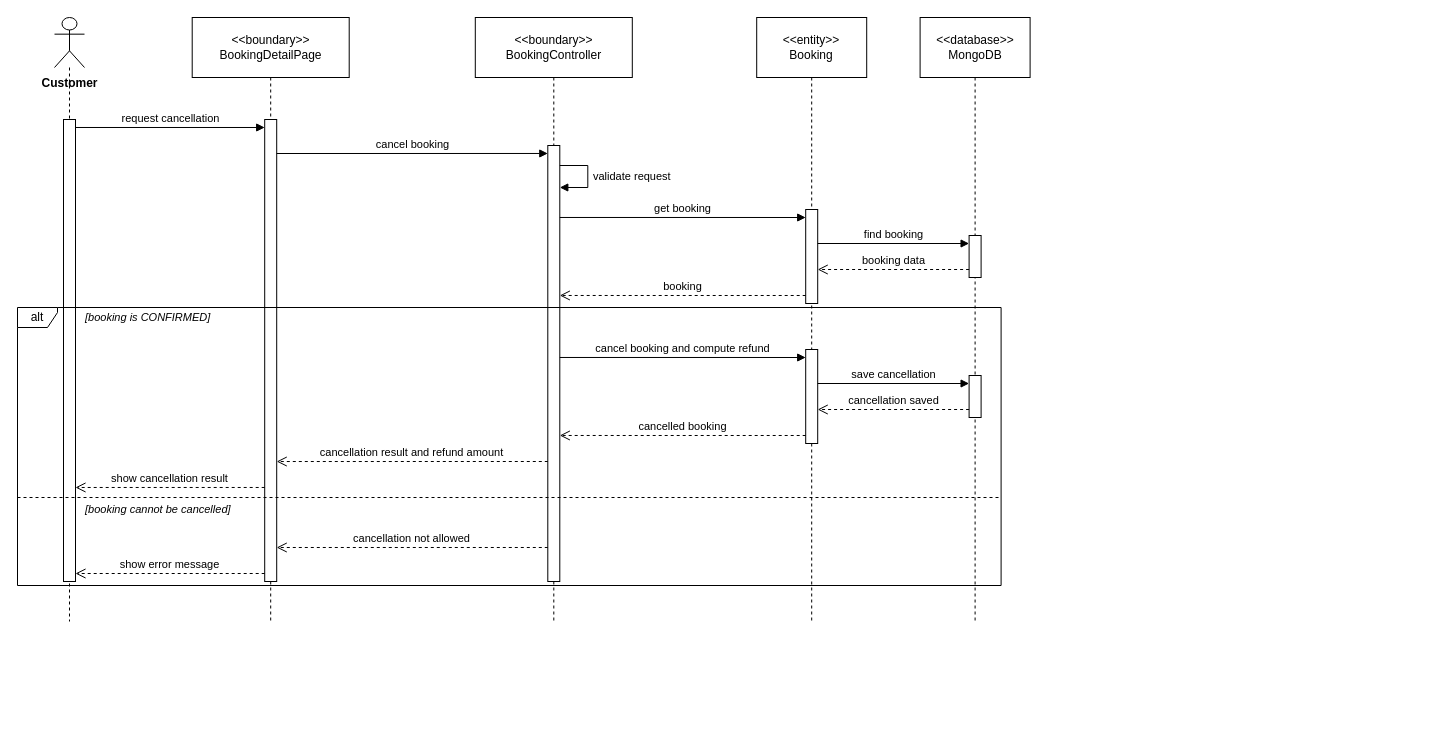
Above: final/diagrams/M3_Booking-And-Customer_Diagrams/sequence_diagrams/SD-11_UC-G14_CancelBooking.drawio in toikobi401/SWD392 (draw.io), before the change. Source tidied: cells renumbered, new cells numbered last; positions are measured from the earlier drawing's top-left corner, leaving out a move shared by most shapes. Both pictures are drawn from the tidied source at 100%, with x=0, y=0 at pixel (17, 17).
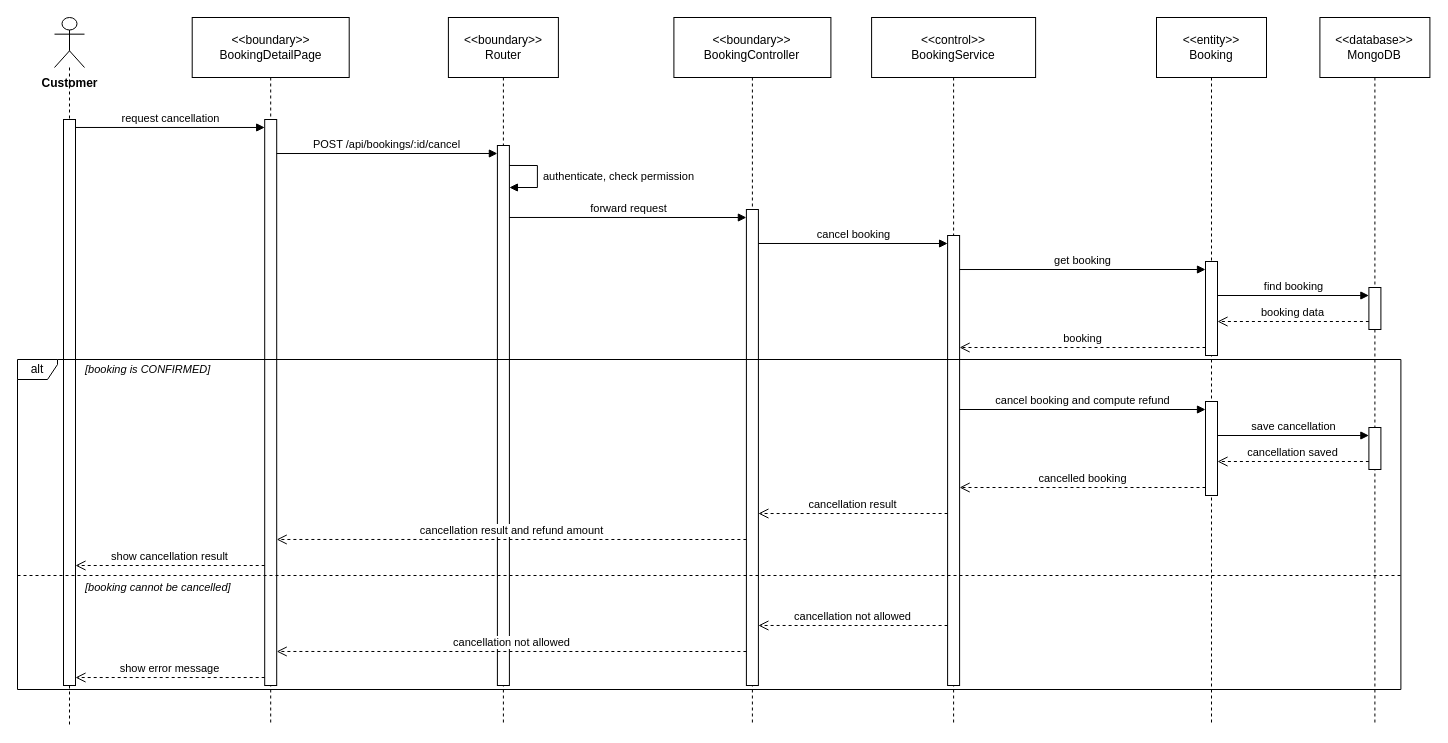
Above is the later version.

Diff of the diagram source:
```diff
@@
     <mxCell id="2" value="Customer" style="shape=umlLifeline;participant=umlActor;perimeter=lifelinePerimeter;whiteSpace=nowrap;html=1;verticalAlign=top;spacingTop=52;size=50;fontStyle=1;" parent="1" vertex="1">
-      <mxGeometry x="37" width="30" height="604" as="geometry" />
+      <mxGeometry x="37" width="30" height="708" as="geometry" />
     </mxCell>
     <mxCell id="3" value="&amp;lt;&amp;lt;boundary&amp;gt;&amp;gt;&lt;br&gt;BookingDetailPage" style="shape=umlLifeline;perimeter=lifelinePerimeter;whiteSpace=wrap;html=1;size=60;" parent="1" vertex="1">
-      <mxGeometry x="174.7" width="157" height="604" as="geometry" />
+      <mxGeometry x="174.7" width="157" height="708" as="geometry" />
     </mxCell>
+    <mxCell id="33" value="&amp;lt;&amp;lt;boundary&amp;gt;&amp;gt;&lt;br&gt;Router" style="shape=umlLifeline;perimeter=lifelinePerimeter;whiteSpace=wrap;html=1;size=60;" parent="1" vertex="1">
+      <mxGeometry x="430.9" width="110" height="708" as="geometry" />
+    </mxCell>
     <mxCell id="4" value="&amp;lt;&amp;lt;boundary&amp;gt;&amp;gt;&lt;br&gt;BookingController" style="shape=umlLifeline;perimeter=lifelinePerimeter;whiteSpace=wrap;html=1;size=60;" parent="1" vertex="1">
-      <mxGeometry x="457.8" width="157" height="604" as="geometry" />
+      <mxGeometry x="656.4" width="157" height="708" as="geometry" />
     </mxCell>
+    <mxCell id="34" value="&amp;lt;&amp;lt;control&amp;gt;&amp;gt;&lt;br&gt;BookingService" style="shape=umlLifeline;perimeter=lifelinePerimeter;whiteSpace=wrap;html=1;size=60;" parent="1" vertex="1">
+      <mxGeometry x="854.1" width="164" height="708" as="geometry" />
+    </mxCell>
     <mxCell id="5" value="&amp;lt;&amp;lt;entity&amp;gt;&amp;gt;&lt;br&gt;Booking" style="shape=umlLifeline;perimeter=lifelinePerimeter;whiteSpace=wrap;html=1;size=60;" parent="1" vertex="1">
-      <mxGeometry x="739.2" width="110" height="604" as="geometry" />
+      <mxGeometry x="1139" width="110" height="708" as="geometry" />
     </mxCell>
     <mxCell id="6" value="&amp;lt;&amp;lt;database&amp;gt;&amp;gt;&lt;br&gt;MongoDB" style="shape=umlLifeline;perimeter=lifelinePerimeter;whiteSpace=wrap;html=1;size=60;" parent="1" vertex="1">
-      <mxGeometry x="902.6" width="110" height="604" as="geometry" />
+      <mxGeometry x="1302.4" width="110" height="708" as="geometry" />
     </mxCell>
     <mxCell id="7" style="html=1;points=[];perimeter=orthogonalPerimeter;outlineConnect=0;targetShapes=umlLifeline;portConstraint=eastwest;" parent="6" vertex="1">
-      <mxGeometry x="49" y="218" width="12" height="42" as="geometry" />
+      <mxGeometry x="49" y="270" width="12" height="42" as="geometry" />
     </mxCell>
     <mxCell id="8" style="html=1;points=[];perimeter=orthogonalPerimeter;outlineConnect=0;targetShapes=umlLifeline;portConstraint=eastwest;" parent="5" vertex="1">
-      <mxGeometry x="49" y="192" width="12" height="94" as="geometry" />
+      <mxGeometry x="49" y="244" width="12" height="94" as="geometry" />
     </mxCell>
     <mxCell id="9" style="html=1;points=[];perimeter=orthogonalPerimeter;outlineConnect=0;targetShapes=umlLifeline;portConstraint=eastwest;" parent="6" vertex="1">
-      <mxGeometry x="49" y="358" width="12" height="42" as="geometry" />
+      <mxGeometry x="49" y="410" width="12" height="42" as="geometry" />
     </mxCell>
     <mxCell id="10" style="html=1;points=[];perimeter=orthogonalPerimeter;outlineConnect=0;targetShapes=umlLifeline;portConstraint=eastwest;" parent="5" vertex="1">
-      <mxGeometry x="49" y="332" width="12" height="94" as="geometry" />
+      <mxGeometry x="49" y="384" width="12" height="94" as="geometry" />
     </mxCell>
-    <mxCell id="11" style="html=1;points=[];perimeter=orthogonalPerimeter;outlineConnect=0;targetShapes=umlLifeline;portConstraint=eastwest;" parent="4" vertex="1">
-      <mxGeometry x="72.5" y="128" width="12" height="436" as="geometry" />
-    </mxCell>
-    <mxCell id="12" style="html=1;points=[];perimeter=orthogonalPerimeter;outlineConnect=0;targetShapes=umlLifeline;portConstraint=eastwest;" parent="3" vertex="1">
-      <mxGeometry x="72.5" y="102" width="12" height="462" as="geometry" />
-    </mxCell>
-    <mxCell id="13" style="html=1;points=[];perimeter=orthogonalPerimeter;outlineConnect=0;targetShapes=umlLifeline;portConstraint=eastwest;" parent="2" vertex="1">
-      <mxGeometry x="9" y="102" width="12" height="462" as="geometry" />
-    </mxCell>
+    <mxCell id="35" style="html=1;points=[];perimeter=orthogonalPerimeter;outlineConnect=0;targetShapes=umlLifeline;portConstraint=eastwest;" parent="34" vertex="1">
+      <mxGeometry x="76" y="218" width="12" height="450" as="geometry" />
+    </mxCell>
+    <mxCell id="36" style="html=1;points=[];perimeter=orthogonalPerimeter;outlineConnect=0;targetShapes=umlLifeline;portConstraint=eastwest;" parent="4" vertex="1">
+      <mxGeometry x="72.5" y="192" width="12" height="476" as="geometry" />
+    </mxCell>
+    <mxCell id="37" style="html=1;points=[];perimeter=orthogonalPerimeter;outlineConnect=0;targetShapes=umlLifeline;portConstraint=eastwest;" parent="33" vertex="1">
+      <mxGeometry x="49" y="128" width="12" height="540" as="geometry" />
+    </mxCell>
+    <mxCell id="38" style="html=1;points=[];perimeter=orthogonalPerimeter;outlineConnect=0;targetShapes=umlLifeline;portConstraint=eastwest;" parent="3" vertex="1">
+      <mxGeometry x="72.5" y="102" width="12" height="566" as="geometry" />
+    </mxCell>
+    <mxCell id="39" style="html=1;points=[];perimeter=orthogonalPerimeter;outlineConnect=0;targetShapes=umlLifeline;portConstraint=eastwest;" parent="2" vertex="1">
+      <mxGeometry x="9" y="102" width="12" height="566" as="geometry" />
+    </mxCell>
     <mxCell id="14" value="alt" style="shape=umlFrame;whiteSpace=wrap;html=1;width=40;height=20;" parent="1" vertex="1">
-      <mxGeometry y="290" width="983.6" height="278" as="geometry" />
+      <mxGeometry y="342" width="1383.4" height="330" as="geometry" />
     </mxCell>
     <mxCell id="15" style="endArrow=none;dashed=1;html=1;rounded=0;" parent="1" edge="1">
       <mxGeometry relative="1" as="geometry">
-        <mxPoint y="480" as="sourcePoint" />
-        <mxPoint x="983.6" y="480" as="targetPoint" />
+        <mxPoint y="558" as="sourcePoint" />
+        <mxPoint x="1383.4" y="558" as="targetPoint" />
       </mxGeometry>
     </mxCell>
     <mxCell id="16" value="[booking is CONFIRMED]" style="text;html=1;align=left;verticalAlign=middle;whiteSpace=nowrap;fontSize=11;fontStyle=2;labelBackgroundColor=#ffffff;" parent="1" vertex="1">
-      <mxGeometry x="66" y="290" width="138" height="20" as="geometry" />
+      <mxGeometry x="66" y="342" width="138" height="20" as="geometry" />
     </mxCell>
     <mxCell id="17" value="[booking cannot be cancelled]" style="text;html=1;align=left;verticalAlign=middle;whiteSpace=nowrap;fontSize=11;fontStyle=2;labelBackgroundColor=#ffffff;" parent="1" vertex="1">
-      <mxGeometry x="66" y="482" width="182.1" height="20" as="geometry" />
+      <mxGeometry x="66" y="560" width="182.1" height="20" as="geometry" />
     </mxCell>
-    <mxCell id="18" value="request cancellation" style="html=1;verticalAlign=bottom;rounded=0;fontSize=11;endArrow=block;endFill=1;exitX=1;exitY=0.0173;exitDx=0;exitDy=0;exitPerimeter=0;entryX=0;entryY=0.0173;entryDx=0;entryDy=0;entryPerimeter=0;" parent="1" edge="1" source="13" target="12">
+    <mxCell id="18" value="request cancellation" style="html=1;verticalAlign=bottom;rounded=0;fontSize=11;endArrow=block;endFill=1;exitX=1;exitY=0.0141;exitDx=0;exitDy=0;exitPerimeter=0;entryX=0;entryY=0.0141;entryDx=0;entryDy=0;entryPerimeter=0;" parent="1" edge="1" source="39" target="38">
       <mxGeometry relative="1" as="geometry" />
     </mxCell>
-    <mxCell id="19" value="cancel booking" style="html=1;verticalAlign=bottom;rounded=0;fontSize=11;endArrow=block;endFill=1;exitX=1;exitY=0.0736;exitDx=0;exitDy=0;exitPerimeter=0;entryX=0;entryY=0.0183;entryDx=0;entryDy=0;entryPerimeter=0;" parent="1" edge="1" source="12" target="11">
+    <mxCell id="19" value="POST /api/bookings/:id/cancel" style="html=1;verticalAlign=bottom;rounded=0;fontSize=11;endArrow=block;endFill=1;exitX=1;exitY=0.0601;exitDx=0;exitDy=0;exitPerimeter=0;entryX=0;entryY=0.0148;entryDx=0;entryDy=0;entryPerimeter=0;" parent="1" edge="1" source="38" target="37">
       <mxGeometry relative="1" as="geometry" />
     </mxCell>
-    <mxCell id="20" value="validate request" style="html=1;align=left;spacingLeft=4;verticalAlign=middle;endArrow=block;endFill=1;rounded=0;fontSize=11;exitX=1;exitY=0.0459;exitDx=0;exitDy=0;exitPerimeter=0;entryX=1;entryY=0.0963;entryDx=0;entryDy=0;entryPerimeter=0;" parent="1" edge="1" source="11" target="11">
+    <mxCell id="20" value="authenticate, check permission" style="html=1;align=left;spacingLeft=4;verticalAlign=middle;endArrow=block;endFill=1;rounded=0;fontSize=11;exitX=1;exitY=0.037;exitDx=0;exitDy=0;exitPerimeter=0;entryX=1;entryY=0.0778;entryDx=0;entryDy=0;entryPerimeter=0;" parent="1" edge="1" source="37" target="37">
       <mxGeometry relative="1" as="geometry">
         <Array as="points">
-          <mxPoint x="570.3" y="148" />
-          <mxPoint x="570.3" y="170" />
+          <mxPoint x="519.9" y="148" />
+          <mxPoint x="519.9" y="170" />
         </Array>
       </mxGeometry>
     </mxCell>
-    <mxCell id="21" value="get booking" style="html=1;verticalAlign=bottom;rounded=0;fontSize=11;endArrow=block;endFill=1;exitX=1;exitY=0.1651;exitDx=0;exitDy=0;exitPerimeter=0;entryX=0;entryY=0.0851;entryDx=0;entryDy=0;entryPerimeter=0;" parent="1" edge="1" source="11" target="8">
+    <mxCell id="21" value="forward request" style="html=1;verticalAlign=bottom;rounded=0;fontSize=11;endArrow=block;endFill=1;exitX=1;exitY=0.1333;exitDx=0;exitDy=0;exitPerimeter=0;entryX=0;entryY=0.0168;entryDx=0;entryDy=0;entryPerimeter=0;" parent="1" edge="1" source="37" target="36">
       <mxGeometry relative="1" as="geometry" />
     </mxCell>
-    <mxCell id="22" value="find booking" style="html=1;verticalAlign=bottom;rounded=0;fontSize=11;endArrow=block;endFill=1;exitX=1;exitY=0.3617;exitDx=0;exitDy=0;exitPerimeter=0;entryX=0;entryY=0.1905;entryDx=0;entryDy=0;entryPerimeter=0;" parent="1" edge="1" source="8" target="7">
+    <mxCell id="22" value="cancel booking" style="html=1;verticalAlign=bottom;rounded=0;fontSize=11;endArrow=block;endFill=1;exitX=1;exitY=0.0714;exitDx=0;exitDy=0;exitPerimeter=0;entryX=0;entryY=0.0178;entryDx=0;entryDy=0;entryPerimeter=0;" parent="1" edge="1" source="36" target="35">
       <mxGeometry relative="1" as="geometry" />
     </mxCell>
-    <mxCell id="23" value="booking data" style="html=1;verticalAlign=bottom;rounded=0;fontSize=11;dashed=1;endArrow=open;endSize=8;exitX=0;exitY=0.8095;exitDx=0;exitDy=0;exitPerimeter=0;entryX=1;entryY=0.6383;entryDx=0;entryDy=0;entryPerimeter=0;" parent="1" edge="1" source="7" target="8">
+    <mxCell id="23" value="get booking" style="html=1;verticalAlign=bottom;rounded=0;fontSize=11;endArrow=block;endFill=1;exitX=1;exitY=0.0756;exitDx=0;exitDy=0;exitPerimeter=0;entryX=0;entryY=0.0851;entryDx=0;entryDy=0;entryPerimeter=0;" parent="1" edge="1" source="35" target="8">
       <mxGeometry relative="1" as="geometry" />
     </mxCell>
-    <mxCell id="24" value="booking" style="html=1;verticalAlign=bottom;rounded=0;fontSize=11;dashed=1;endArrow=open;endSize=8;exitX=0;exitY=0.9149;exitDx=0;exitDy=0;exitPerimeter=0;entryX=1;entryY=0.344;entryDx=0;entryDy=0;entryPerimeter=0;" parent="1" edge="1" source="8" target="11">
+    <mxCell id="24" value="find booking" style="html=1;verticalAlign=bottom;rounded=0;fontSize=11;endArrow=block;endFill=1;exitX=1;exitY=0.3617;exitDx=0;exitDy=0;exitPerimeter=0;entryX=0;entryY=0.1905;entryDx=0;entryDy=0;entryPerimeter=0;" parent="1" edge="1" source="8" target="7">
       <mxGeometry relative="1" as="geometry" />
     </mxCell>
-    <mxCell id="25" value="cancel booking and compute refund" style="html=1;verticalAlign=bottom;rounded=0;fontSize=11;endArrow=block;endFill=1;exitX=1;exitY=0.4862;exitDx=0;exitDy=0;exitPerimeter=0;entryX=0;entryY=0.0851;entryDx=0;entryDy=0;entryPerimeter=0;" parent="1" edge="1" source="11" target="10">
+    <mxCell id="25" value="booking data" style="html=1;verticalAlign=bottom;rounded=0;fontSize=11;dashed=1;endArrow=open;endSize=8;exitX=0;exitY=0.8095;exitDx=0;exitDy=0;exitPerimeter=0;entryX=1;entryY=0.6383;entryDx=0;entryDy=0;entryPerimeter=0;" parent="1" edge="1" source="7" target="8">
       <mxGeometry relative="1" as="geometry" />
     </mxCell>
-    <mxCell id="26" value="save cancellation" style="html=1;verticalAlign=bottom;rounded=0;fontSize=11;endArrow=block;endFill=1;exitX=1;exitY=0.3617;exitDx=0;exitDy=0;exitPerimeter=0;entryX=0;entryY=0.1905;entryDx=0;entryDy=0;entryPerimeter=0;" parent="1" edge="1" source="10" target="9">
+    <mxCell id="26" value="booking" style="html=1;verticalAlign=bottom;rounded=0;fontSize=11;dashed=1;endArrow=open;endSize=8;exitX=0;exitY=0.9149;exitDx=0;exitDy=0;exitPerimeter=0;entryX=1;entryY=0.2489;entryDx=0;entryDy=0;entryPerimeter=0;" parent="1" edge="1" source="8" target="35">
       <mxGeometry relative="1" as="geometry" />
     </mxCell>
-    <mxCell id="27" value="cancellation saved" style="html=1;verticalAlign=bottom;rounded=0;fontSize=11;dashed=1;endArrow=open;endSize=8;exitX=0;exitY=0.8095;exitDx=0;exitDy=0;exitPerimeter=0;entryX=1;entryY=0.6383;entryDx=0;entryDy=0;entryPerimeter=0;" parent="1" edge="1" source="9" target="10">
+    <mxCell id="27" value="cancel booking and compute refund" style="html=1;verticalAlign=bottom;rounded=0;fontSize=11;endArrow=block;endFill=1;exitX=1;exitY=0.3867;exitDx=0;exitDy=0;exitPerimeter=0;entryX=0;entryY=0.0851;entryDx=0;entryDy=0;entryPerimeter=0;" parent="1" edge="1" source="35" target="10">
       <mxGeometry relative="1" as="geometry" />
     </mxCell>
-    <mxCell id="28" value="cancelled booking" style="html=1;verticalAlign=bottom;rounded=0;fontSize=11;dashed=1;endArrow=open;endSize=8;exitX=0;exitY=0.9149;exitDx=0;exitDy=0;exitPerimeter=0;entryX=1;entryY=0.6651;entryDx=0;entryDy=0;entryPerimeter=0;" parent="1" edge="1" source="10" target="11">
+    <mxCell id="28" value="save cancellation" style="html=1;verticalAlign=bottom;rounded=0;fontSize=11;endArrow=block;endFill=1;exitX=1;exitY=0.3617;exitDx=0;exitDy=0;exitPerimeter=0;entryX=0;entryY=0.1905;entryDx=0;entryDy=0;entryPerimeter=0;" parent="1" edge="1" source="10" target="9">
       <mxGeometry relative="1" as="geometry" />
     </mxCell>
-    <mxCell id="29" value="cancellation result and refund amount" style="html=1;verticalAlign=bottom;rounded=0;fontSize=11;dashed=1;endArrow=open;endSize=8;exitX=0;exitY=0.7248;exitDx=0;exitDy=0;exitPerimeter=0;entryX=1;entryY=0.7403;entryDx=0;entryDy=0;entryPerimeter=0;" parent="1" edge="1" source="11" target="12">
+    <mxCell id="29" value="cancellation saved" style="html=1;verticalAlign=bottom;rounded=0;fontSize=11;dashed=1;endArrow=open;endSize=8;exitX=0;exitY=0.8095;exitDx=0;exitDy=0;exitPerimeter=0;entryX=1;entryY=0.6383;entryDx=0;entryDy=0;entryPerimeter=0;" parent="1" edge="1" source="9" target="10">
       <mxGeometry relative="1" as="geometry" />
     </mxCell>
-    <mxCell id="30" value="show cancellation result" style="html=1;verticalAlign=bottom;rounded=0;fontSize=11;dashed=1;endArrow=open;endSize=8;exitX=0;exitY=0.7965;exitDx=0;exitDy=0;exitPerimeter=0;entryX=1;entryY=0.7965;entryDx=0;entryDy=0;entryPerimeter=0;" parent="1" edge="1" source="12" target="13">
+    <mxCell id="30" value="cancelled booking" style="html=1;verticalAlign=bottom;rounded=0;fontSize=11;dashed=1;endArrow=open;endSize=8;exitX=0;exitY=0.9149;exitDx=0;exitDy=0;exitPerimeter=0;entryX=1;entryY=0.56;entryDx=0;entryDy=0;entryPerimeter=0;" parent="1" edge="1" source="10" target="35">
       <mxGeometry relative="1" as="geometry" />
     </mxCell>
-    <mxCell id="31" value="cancellation not allowed" style="html=1;verticalAlign=bottom;rounded=0;fontSize=11;dashed=1;endArrow=open;endSize=8;exitX=0;exitY=0.922;exitDx=0;exitDy=0;exitPerimeter=0;entryX=1;entryY=0.9264;entryDx=0;entryDy=0;entryPerimeter=0;" parent="1" edge="1" source="11" target="12">
+    <mxCell id="31" value="cancellation result" style="html=1;verticalAlign=bottom;rounded=0;fontSize=11;dashed=1;endArrow=open;endSize=8;exitX=0;exitY=0.6178;exitDx=0;exitDy=0;exitPerimeter=0;entryX=1;entryY=0.6387;entryDx=0;entryDy=0;entryPerimeter=0;" parent="1" edge="1" source="35" target="36">
       <mxGeometry relative="1" as="geometry" />
     </mxCell>
-    <mxCell id="32" value="show error message" style="html=1;verticalAlign=bottom;rounded=0;fontSize=11;dashed=1;endArrow=open;endSize=8;exitX=0;exitY=0.9827;exitDx=0;exitDy=0;exitPerimeter=0;entryX=1;entryY=0.9827;entryDx=0;entryDy=0;entryPerimeter=0;" parent="1" edge="1" source="12" target="13">
+    <mxCell id="32" value="cancellation result and refund amount" style="html=1;verticalAlign=bottom;rounded=0;fontSize=11;dashed=1;endArrow=open;endSize=8;exitX=0;exitY=0.6933;exitDx=0;exitDy=0;exitPerimeter=0;entryX=1;entryY=0.742;entryDx=0;entryDy=0;entryPerimeter=0;" parent="1" edge="1" source="36" target="38">
       <mxGeometry relative="1" as="geometry" />
     </mxCell>
+    <mxCell id="40" value="show cancellation result" style="html=1;verticalAlign=bottom;rounded=0;fontSize=11;dashed=1;endArrow=open;endSize=8;exitX=0;exitY=0.788;exitDx=0;exitDy=0;exitPerimeter=0;entryX=1;entryY=0.788;entryDx=0;entryDy=0;entryPerimeter=0;" parent="1" edge="1" source="38" target="39">
+      <mxGeometry relative="1" as="geometry" />
+    </mxCell>
+    <mxCell id="41" value="cancellation not allowed" style="html=1;verticalAlign=bottom;rounded=0;fontSize=11;dashed=1;endArrow=open;endSize=8;exitX=0;exitY=0.8667;exitDx=0;exitDy=0;exitPerimeter=0;entryX=1;entryY=0.8739;entryDx=0;entryDy=0;entryPerimeter=0;" parent="1" edge="1" source="35" target="36">
+      <mxGeometry relative="1" as="geometry" />
+    </mxCell>
+    <mxCell id="42" value="cancellation not allowed" style="html=1;verticalAlign=bottom;rounded=0;fontSize=11;dashed=1;endArrow=open;endSize=8;exitX=0;exitY=0.9286;exitDx=0;exitDy=0;exitPerimeter=0;entryX=1;entryY=0.9399;entryDx=0;entryDy=0;entryPerimeter=0;" parent="1" edge="1" source="36" target="38">
+      <mxGeometry relative="1" as="geometry" />
+    </mxCell>
+    <mxCell id="43" value="show error message" style="html=1;verticalAlign=bottom;rounded=0;fontSize=11;dashed=1;endArrow=open;endSize=8;exitX=0;exitY=0.9859;exitDx=0;exitDy=0;exitPerimeter=0;entryX=1;entryY=0.9859;entryDx=0;entryDy=0;entryPerimeter=0;" parent="1" edge="1" source="38" target="39">
+      <mxGeometry relative="1" as="geometry" />
+    </mxCell>
```
